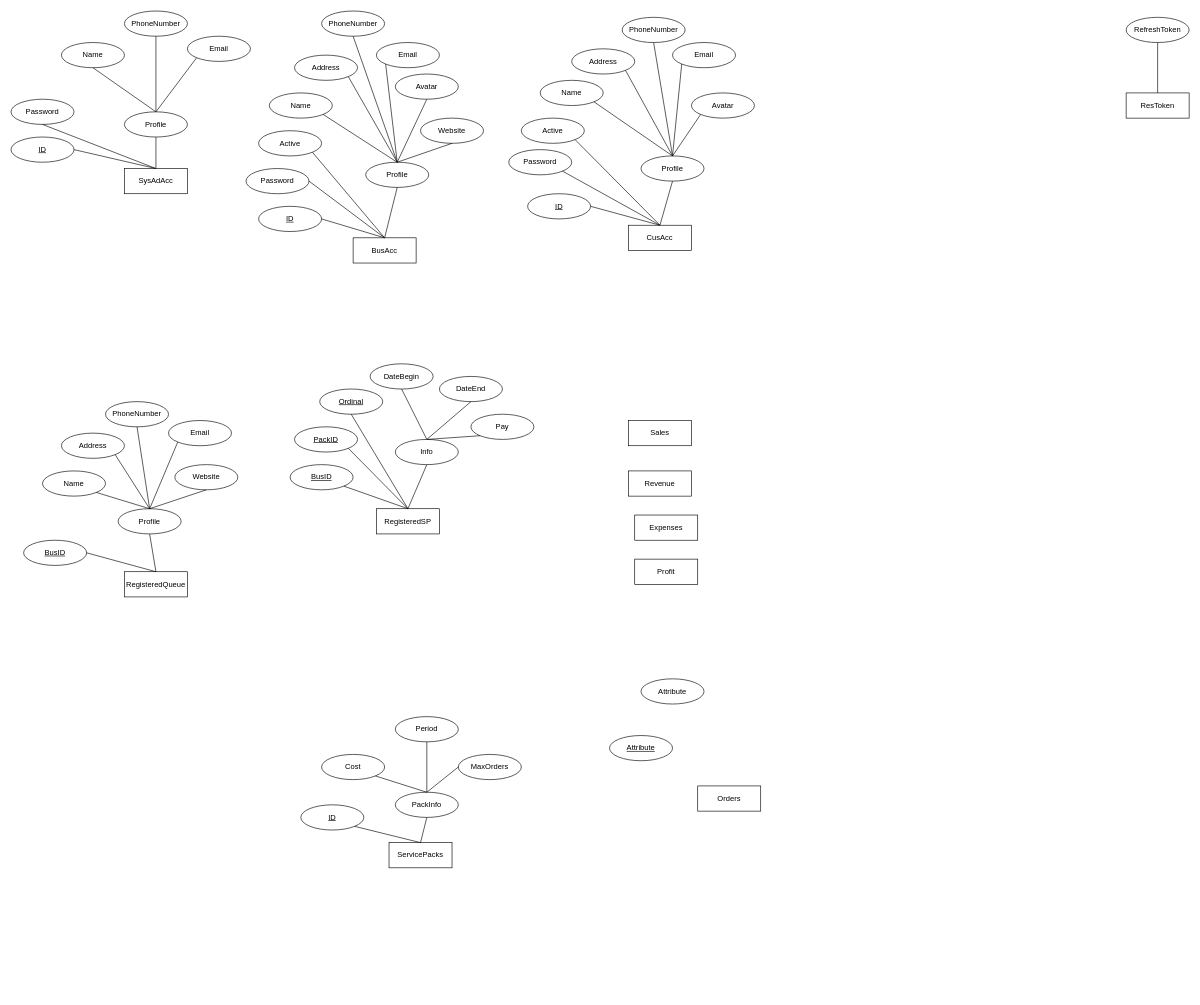
The draw.io diagram ERD.drawio in dinhphu28/tmp, before the edit. Source tidied: cells renumbered, new cells numbered last; positions are measured from the earlier drawing's top-left corner, leaving out a move shared by most shapes. Both pictures are drawn from the tidied source at 63%, with x=0, y=0 at pixel (11, 11).
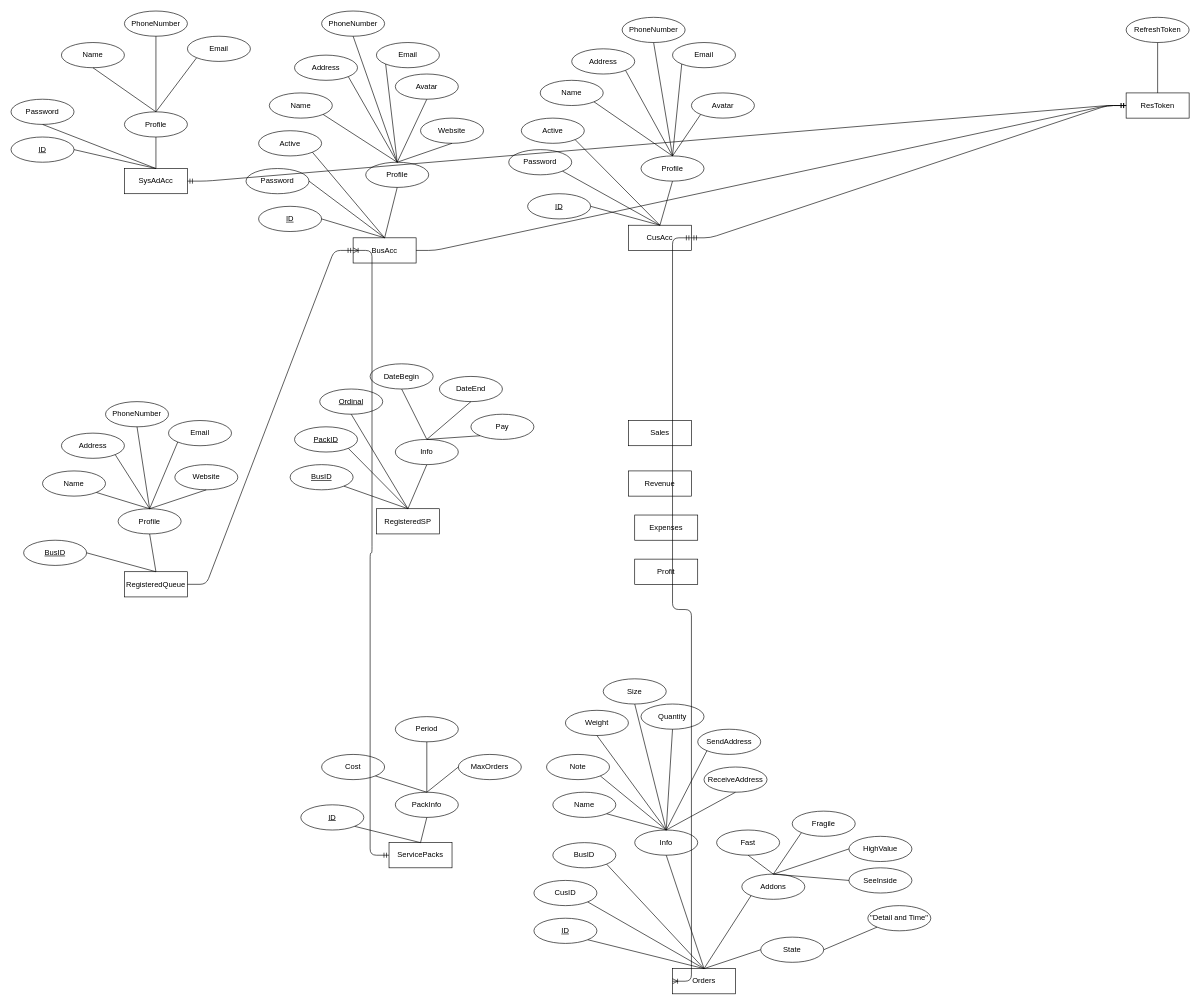
After the change.

The change refers to these unchanged cells:
```xml
<mxCell id="2" value="SysAdAcc" style="whiteSpace=wrap;html=1;align=center;" parent="1" vertex="1">
  <mxGeometry x="180" y="250" width="100" height="40" as="geometry" />
</mxCell>
<mxCell id="3" value="CusAcc" style="whiteSpace=wrap;html=1;align=center;" parent="1" vertex="1">
  <mxGeometry x="980" y="340" width="100" height="40" as="geometry" />
</mxCell>
<mxCell id="4" value="BusAcc" style="whiteSpace=wrap;html=1;align=center;" parent="1" vertex="1">
  <mxGeometry x="543" y="360" width="100" height="40" as="geometry" />
</mxCell>
<mxCell id="5" value="ResToken" style="whiteSpace=wrap;html=1;align=center;" parent="1" vertex="1">
  <mxGeometry x="1770" y="130" width="100" height="40" as="geometry" />
</mxCell>
<mxCell id="6" value="RegisteredQueue" style="whiteSpace=wrap;html=1;align=center;" parent="1" vertex="1">
  <mxGeometry x="180" y="890" width="100" height="40" as="geometry" />
</mxCell>
<mxCell id="7" value="ServicePacks" style="whiteSpace=wrap;html=1;align=center;" parent="1" vertex="1">
  <mxGeometry x="600" y="1320" width="100" height="40" as="geometry" />
</mxCell>
```

What changed in the source:
```diff
@@
     <mxCell id="8" value="Orders" style="whiteSpace=wrap;html=1;align=center;" parent="1" vertex="1">
-      <mxGeometry x="1090" y="1230" width="100" height="40" as="geometry" />
+      <mxGeometry x="1050" y="1520" width="100" height="40" as="geometry" />
     </mxCell>
@@
-    <mxCell id="104" value="Attribute" style="ellipse;whiteSpace=wrap;html=1;align=center;" parent="1" vertex="1">
-      <mxGeometry x="1000" y="1060" width="100" height="40" as="geometry" />
+    <mxCell id="104" value="CusID" style="ellipse;whiteSpace=wrap;html=1;align=center;" parent="1" vertex="1">
+      <mxGeometry x="830" y="1380" width="100" height="40" as="geometry" />
     </mxCell>
-    <mxCell id="105" value="Attribute" style="ellipse;whiteSpace=wrap;html=1;align=center;fontStyle=4;" parent="1" vertex="1">
-      <mxGeometry x="950" y="1150" width="100" height="40" as="geometry" />
+    <mxCell id="105" value="ID" style="ellipse;whiteSpace=wrap;html=1;align=center;fontStyle=4;" parent="1" vertex="1">
+      <mxGeometry x="830" y="1440" width="100" height="40" as="geometry" />
     </mxCell>
+    <mxCell id="106" style="endArrow=none;html=1;rounded=0;exitX=1;exitY=1;exitDx=0;exitDy=0;entryX=0.5;entryY=0;entryDx=0;entryDy=0;" parent="1" edge="1" source="105" target="8">
+      <mxGeometry relative="1" as="geometry" />
+    </mxCell>
+    <mxCell id="107" style="endArrow=none;html=1;rounded=0;exitX=1;exitY=1;exitDx=0;exitDy=0;entryX=0.5;entryY=0;entryDx=0;entryDy=0;" parent="1" edge="1" source="104" target="8">
+      <mxGeometry relative="1" as="geometry" />
+    </mxCell>
+    <mxCell id="108" value="Info" style="ellipse;whiteSpace=wrap;html=1;align=center;" parent="1" vertex="1">
+      <mxGeometry x="990" y="1300" width="100" height="40" as="geometry" />
+    </mxCell>
+    <mxCell id="109" style="endArrow=none;html=1;rounded=0;entryX=0.5;entryY=1;entryDx=0;entryDy=0;exitX=0.5;exitY=0;exitDx=0;exitDy=0;" parent="1" edge="1" source="8" target="108">
+      <mxGeometry relative="1" as="geometry" />
+    </mxCell>
+    <mxCell id="110" value="Name" style="ellipse;whiteSpace=wrap;html=1;align=center;" parent="1" vertex="1">
+      <mxGeometry x="860" y="1240" width="100" height="40" as="geometry" />
+    </mxCell>
+    <mxCell id="111" value="Note" style="ellipse;whiteSpace=wrap;html=1;align=center;" parent="1" vertex="1">
+      <mxGeometry x="850" y="1180" width="100" height="40" as="geometry" />
+    </mxCell>
+    <mxCell id="112" value="Weight" style="ellipse;whiteSpace=wrap;html=1;align=center;" parent="1" vertex="1">
+      <mxGeometry x="880" y="1110" width="100" height="40" as="geometry" />
+    </mxCell>
+    <mxCell id="113" value="Size" style="ellipse;whiteSpace=wrap;html=1;align=center;" parent="1" vertex="1">
+      <mxGeometry x="940" y="1060" width="100" height="40" as="geometry" />
+    </mxCell>
+    <mxCell id="114" value="Quantity" style="ellipse;whiteSpace=wrap;html=1;align=center;" parent="1" vertex="1">
+      <mxGeometry x="1000" y="1100" width="100" height="40" as="geometry" />
+    </mxCell>
+    <mxCell id="115" style="endArrow=none;html=1;rounded=0;exitX=1;exitY=1;exitDx=0;exitDy=0;entryX=0.5;entryY=0;entryDx=0;entryDy=0;" parent="1" edge="1" source="110" target="108">
+      <mxGeometry relative="1" as="geometry" />
+    </mxCell>
+    <mxCell id="116" style="endArrow=none;html=1;rounded=0;entryX=1;entryY=1;entryDx=0;entryDy=0;exitX=0.5;exitY=0;exitDx=0;exitDy=0;" parent="1" edge="1" source="108" target="111">
+      <mxGeometry relative="1" as="geometry" />
+    </mxCell>
+    <mxCell id="117" style="endArrow=none;html=1;rounded=0;entryX=0.5;entryY=1;entryDx=0;entryDy=0;exitX=0.5;exitY=0;exitDx=0;exitDy=0;" parent="1" edge="1" source="108" target="112">
+      <mxGeometry relative="1" as="geometry" />
+    </mxCell>
+    <mxCell id="118" style="endArrow=none;html=1;rounded=0;entryX=0.5;entryY=1;entryDx=0;entryDy=0;exitX=0.5;exitY=0;exitDx=0;exitDy=0;" parent="1" edge="1" source="108" target="113">
+      <mxGeometry relative="1" as="geometry" />
+    </mxCell>
+    <mxCell id="119" style="endArrow=none;html=1;rounded=0;entryX=0.5;entryY=1;entryDx=0;entryDy=0;exitX=0.5;exitY=0;exitDx=0;exitDy=0;" parent="1" edge="1" source="108" target="114">
+      <mxGeometry relative="1" as="geometry" />
+    </mxCell>
+    <mxCell id="120" value="Addons" style="ellipse;whiteSpace=wrap;html=1;align=center;" parent="1" vertex="1">
+      <mxGeometry x="1160" y="1370" width="100" height="40" as="geometry" />
+    </mxCell>
+    <mxCell id="121" style="endArrow=none;html=1;rounded=0;entryX=0;entryY=1;entryDx=0;entryDy=0;exitX=0.5;exitY=0;exitDx=0;exitDy=0;" parent="1" edge="1" source="8" target="120">
+      <mxGeometry relative="1" as="geometry" />
+    </mxCell>
+    <mxCell id="122" value="Fast" style="ellipse;whiteSpace=wrap;html=1;align=center;" parent="1" vertex="1">
+      <mxGeometry x="1120" y="1300" width="100" height="40" as="geometry" />
+    </mxCell>
+    <mxCell id="123" value="Fragile" style="ellipse;whiteSpace=wrap;html=1;align=center;" parent="1" vertex="1">
+      <mxGeometry x="1240" y="1270" width="100" height="40" as="geometry" />
+    </mxCell>
+    <mxCell id="124" style="endArrow=none;html=1;rounded=0;entryX=0;entryY=1;entryDx=0;entryDy=0;exitX=0.5;exitY=0;exitDx=0;exitDy=0;" parent="1" edge="1" source="120" target="123">
+      <mxGeometry relative="1" as="geometry" />
+    </mxCell>
+    <mxCell id="125" style="endArrow=none;html=1;rounded=0;entryX=0.5;entryY=1;entryDx=0;entryDy=0;exitX=0.5;exitY=0;exitDx=0;exitDy=0;" parent="1" edge="1" source="120" target="122">
+      <mxGeometry relative="1" as="geometry" />
+    </mxCell>
+    <mxCell id="126" value="HighValue" style="ellipse;whiteSpace=wrap;html=1;align=center;" parent="1" vertex="1">
+      <mxGeometry x="1330" y="1310" width="100" height="40" as="geometry" />
+    </mxCell>
+    <mxCell id="127" style="endArrow=none;html=1;rounded=0;entryX=0;entryY=0.5;entryDx=0;entryDy=0;exitX=0.5;exitY=0;exitDx=0;exitDy=0;" parent="1" edge="1" source="120" target="126">
+      <mxGeometry relative="1" as="geometry" />
+    </mxCell>
+    <mxCell id="128" value="SeeInside" style="ellipse;whiteSpace=wrap;html=1;align=center;" parent="1" vertex="1">
+      <mxGeometry x="1330" y="1360" width="100" height="40" as="geometry" />
+    </mxCell>
+    <mxCell id="129" style="endArrow=none;html=1;rounded=0;entryX=0;entryY=0.5;entryDx=0;entryDy=0;exitX=0.5;exitY=0;exitDx=0;exitDy=0;" parent="1" edge="1" source="120" target="128">
+      <mxGeometry relative="1" as="geometry" />
+    </mxCell>
+    <mxCell id="130" value="SendAddress" style="ellipse;whiteSpace=wrap;html=1;align=center;" parent="1" vertex="1">
+      <mxGeometry x="1090" y="1140" width="100" height="40" as="geometry" />
+    </mxCell>
+    <mxCell id="131" value="ReceiveAddress" style="ellipse;whiteSpace=wrap;html=1;align=center;" parent="1" vertex="1">
+      <mxGeometry x="1100" y="1200" width="100" height="40" as="geometry" />
+    </mxCell>
+    <mxCell id="132" style="endArrow=none;html=1;rounded=0;exitX=0.5;exitY=0;exitDx=0;exitDy=0;entryX=0;entryY=1;entryDx=0;entryDy=0;" parent="1" edge="1" source="108" target="130">
+      <mxGeometry relative="1" as="geometry" />
+    </mxCell>
+    <mxCell id="133" style="endArrow=none;html=1;rounded=0;exitX=0.5;exitY=0;exitDx=0;exitDy=0;entryX=0.5;entryY=1;entryDx=0;entryDy=0;" parent="1" edge="1" source="108" target="131">
+      <mxGeometry relative="1" as="geometry" />
+    </mxCell>
+    <mxCell id="134" value="BusID" style="ellipse;whiteSpace=wrap;html=1;align=center;" parent="1" vertex="1">
+      <mxGeometry x="860" y="1320" width="100" height="40" as="geometry" />
+    </mxCell>
+    <mxCell id="135" style="endArrow=none;html=1;rounded=0;exitX=1;exitY=1;exitDx=0;exitDy=0;entryX=0.5;entryY=0;entryDx=0;entryDy=0;" parent="1" edge="1" source="134" target="8">
+      <mxGeometry relative="1" as="geometry" />
+    </mxCell>
+    <mxCell id="136" value="State" style="ellipse;whiteSpace=wrap;html=1;align=center;" parent="1" vertex="1">
+      <mxGeometry x="1190" y="1470" width="100" height="40" as="geometry" />
+    </mxCell>
+    <mxCell id="137" style="endArrow=none;html=1;rounded=0;entryX=0;entryY=0.5;entryDx=0;entryDy=0;exitX=0.5;exitY=0;exitDx=0;exitDy=0;" parent="1" edge="1" source="8" target="136">
+      <mxGeometry relative="1" as="geometry" />
+    </mxCell>
+    <mxCell id="138" value="&quot;Detail and Time&quot;" style="ellipse;whiteSpace=wrap;html=1;align=center;" parent="1" vertex="1">
+      <mxGeometry x="1360" y="1420" width="100" height="40" as="geometry" />
+    </mxCell>
+    <mxCell id="139" style="endArrow=none;html=1;rounded=0;entryX=0;entryY=1;entryDx=0;entryDy=0;exitX=1;exitY=0.5;exitDx=0;exitDy=0;" parent="1" edge="1" source="136" target="138">
+      <mxGeometry relative="1" as="geometry" />
+    </mxCell>
+    <mxCell id="140" style="edgeStyle=entityRelationEdgeStyle;fontSize=12;html=1;endArrow=ERoneToMany;startArrow=ERmandOne;entryX=0;entryY=0.5;entryDx=0;entryDy=0;exitX=0;exitY=0.5;exitDx=0;exitDy=0;" parent="1" edge="1" source="7" target="4">
+      <mxGeometry relative="1" as="geometry" />
+    </mxCell>
+    <mxCell id="141" style="edgeStyle=entityRelationEdgeStyle;fontSize=12;html=1;endArrow=ERoneToMany;startArrow=ERmandOne;entryX=0;entryY=0.5;entryDx=0;entryDy=0;exitX=1;exitY=0.5;exitDx=0;exitDy=0;" parent="1" edge="1" source="3" target="8">
+      <mxGeometry relative="1" as="geometry" />
+    </mxCell>
+    <mxCell id="142" style="edgeStyle=entityRelationEdgeStyle;fontSize=12;html=1;endArrow=ERmandOne;startArrow=ERmandOne;entryX=0;entryY=0.5;entryDx=0;entryDy=0;exitX=1;exitY=0.5;exitDx=0;exitDy=0;" parent="1" edge="1" source="3" target="5">
+      <mxGeometry relative="1" as="geometry" />
+    </mxCell>
+    <mxCell id="143" style="edgeStyle=entityRelationEdgeStyle;fontSize=12;html=1;endArrow=ERone;endFill=1;entryX=0;entryY=0.5;entryDx=0;entryDy=0;exitX=1;exitY=0.5;exitDx=0;exitDy=0;" parent="1" edge="1" source="4" target="5">
+      <mxGeometry relative="1" as="geometry" />
+    </mxCell>
+    <mxCell id="144" style="edgeStyle=entityRelationEdgeStyle;fontSize=12;html=1;endArrow=ERmandOne;startArrow=ERmandOne;entryX=0;entryY=0.5;entryDx=0;entryDy=0;exitX=1;exitY=0.5;exitDx=0;exitDy=0;" parent="1" edge="1" source="2" target="5">
+      <mxGeometry relative="1" as="geometry" />
+    </mxCell>
+    <mxCell id="145" style="edgeStyle=entityRelationEdgeStyle;fontSize=12;html=1;endArrow=ERmandOne;entryX=0;entryY=0.5;entryDx=0;entryDy=0;exitX=1;exitY=0.5;exitDx=0;exitDy=0;" parent="1" edge="1" source="6" target="4">
+      <mxGeometry relative="1" as="geometry" />
+    </mxCell>
```
